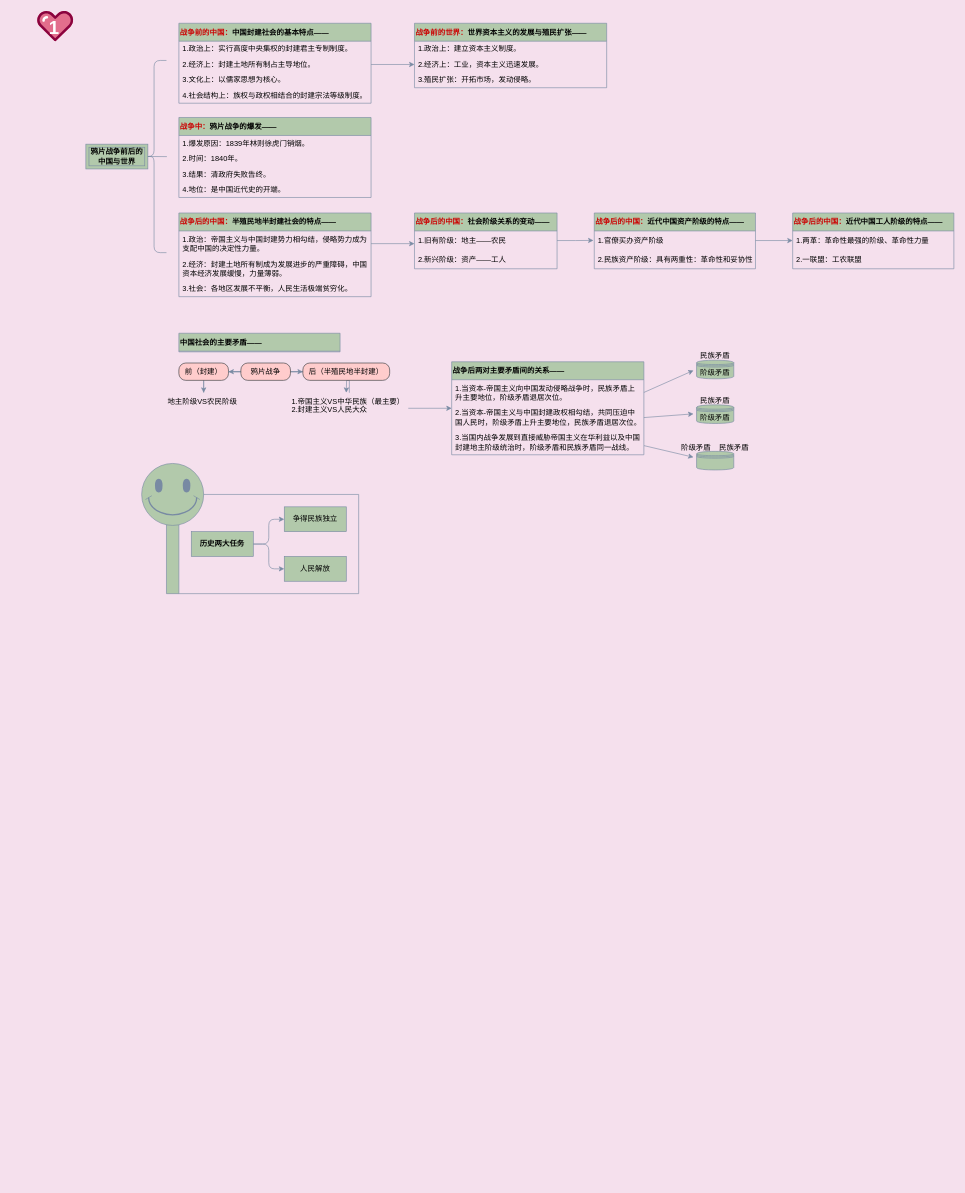
Earlier version of the draw.io diagram 01/中国近代史纲要.drawio (tianjianyijue/Dashixiong). Source tidied: cells renumbered, new cells numbered last; positions are measured from the earlier drawing's top-left corner, leaving out a move shared by most shapes. Both pictures are drawn from the tidied source at 62%, with x=0, y=0 at pixel (35, 11).
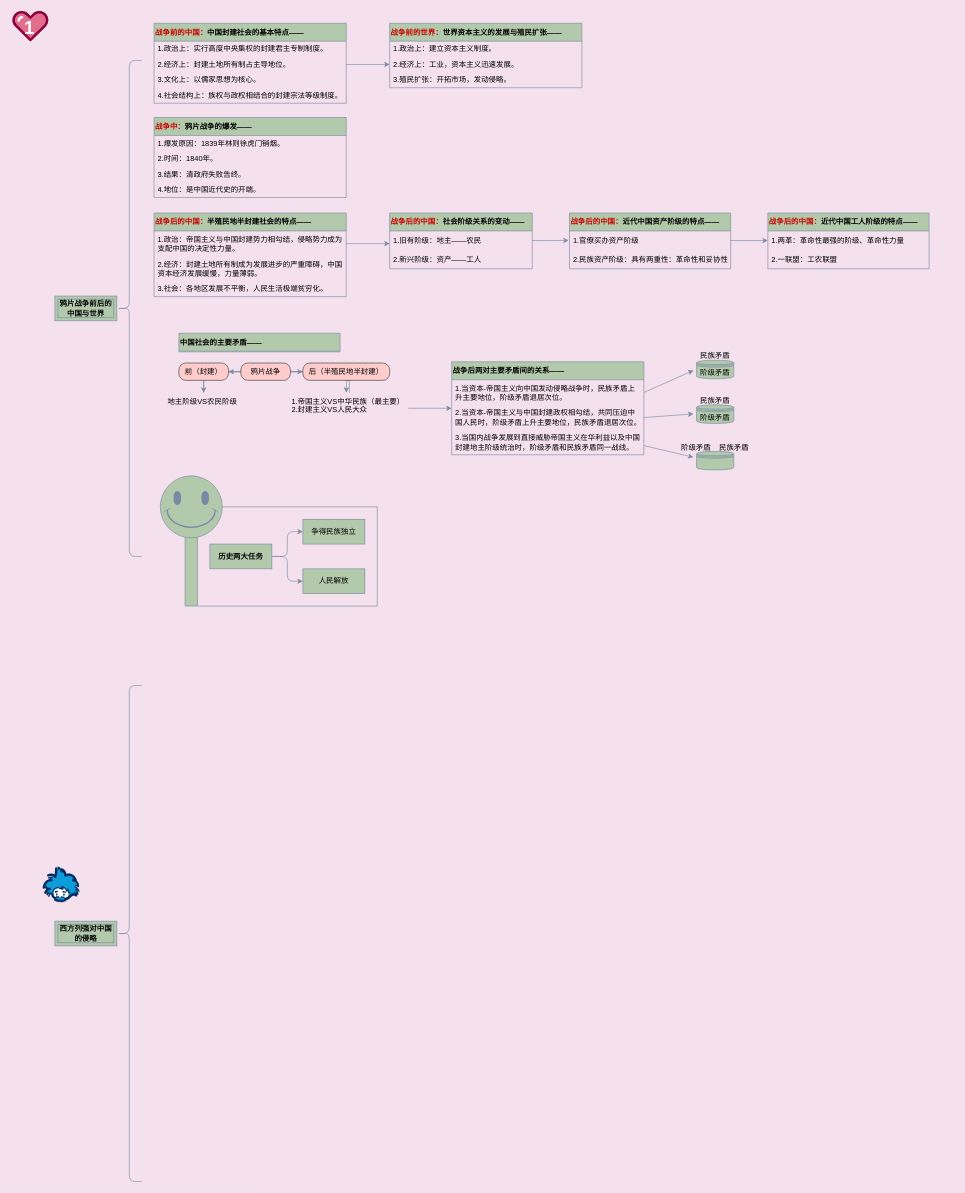
Above is the later version.

Commit message (it also covers changes not shown here):
更新中国近代史纲要.drawio

Change to the diagram source:
```diff
@@
     <mxCell id="2" value="&lt;font style=&quot;color: rgb(204, 0, 0);&quot;&gt;战争前的中国：&lt;/font&gt;中国封建社会的基本特点——" style="swimlane;fontStyle=1;align=left;verticalAlign=middle;horizontal=1;startSize=29;html=1;whiteSpace=wrap;labelBackgroundColor=none;fillColor=#B2C9AB;strokeColor=#788AA3;fontColor=#000000;" parent="1" vertex="1">
-      <mxGeometry x="231" y="20" width="310" height="129" as="geometry" />
+      <mxGeometry x="191" y="20" width="310" height="129" as="geometry" />
     </mxCell>
@@
     <mxCell id="7" style="shape=curlyBracket;whiteSpace=wrap;html=1;rounded=1;labelPosition=left;verticalLabelPosition=middle;align=right;verticalAlign=middle;size=0.5;labelBackgroundColor=none;fillColor=#B2C9AB;strokeColor=#788AA3;fontColor=#000000;" parent="1" vertex="1">
-      <mxGeometry x="171" y="80" width="40" height="310" as="geometry" />
+      <mxGeometry x="131" y="80" width="40" height="800" as="geometry" />
     </mxCell>
     <mxCell id="8" value="鸦片战争前后的中国与世界" style="shape=ext;margin=3;double=1;whiteSpace=wrap;html=1;align=center;strokeColor=#788AA3;fontColor=#000000;fillColor=#B2C9AB;fontStyle=1;labelBackgroundColor=none;" parent="1" vertex="1">
-      <mxGeometry x="81" y="215" width="100" height="40" as="geometry" />
+      <mxGeometry x="31" y="460" width="100" height="40" as="geometry" />
     </mxCell>
     <mxCell id="9" value="&lt;font style=&quot;color: rgb(204, 0, 0);&quot;&gt;战争前的世界：&lt;/font&gt;&lt;font style=&quot;&quot;&gt;&lt;font&gt;世界资本主义的发展与殖民扩张&lt;/font&gt;——&lt;/font&gt;" style="swimlane;fontStyle=1;align=left;verticalAlign=middle;horizontal=1;startSize=29;html=1;whiteSpace=wrap;labelBackgroundColor=none;fillColor=#B2C9AB;strokeColor=#788AA3;fontColor=#000000;" parent="1" vertex="1">
-      <mxGeometry x="611" y="20" width="310" height="104" as="geometry" />
+      <mxGeometry x="571" y="20" width="310" height="104" as="geometry" />
     </mxCell>
@@
     <mxCell id="13" value="&lt;font style=&quot;color: rgb(204, 0, 0);&quot;&gt;战争中：&lt;/font&gt;鸦片战争的爆发——" style="swimlane;fontStyle=1;align=left;verticalAlign=middle;horizontal=1;startSize=29;html=1;whiteSpace=wrap;labelBackgroundColor=none;fillColor=#B2C9AB;strokeColor=#788AA3;fontColor=#000000;" parent="1" vertex="1">
-      <mxGeometry x="231" y="172" width="310" height="129" as="geometry" />
+      <mxGeometry x="191" y="172" width="310" height="129" as="geometry" />
     </mxCell>
@@
     <mxCell id="19" value="&lt;font style=&quot;color: rgb(204, 0, 0);&quot;&gt;战争后的中国：&lt;/font&gt;半殖民地半封建社会的特点——" style="swimlane;fontStyle=1;align=left;verticalAlign=middle;horizontal=1;startSize=29;html=1;whiteSpace=wrap;labelBackgroundColor=none;fillColor=#B2C9AB;strokeColor=#788AA3;fontColor=#000000;" parent="1" vertex="1">
-      <mxGeometry x="231" y="326" width="310" height="135" as="geometry" />
+      <mxGeometry x="191" y="326" width="310" height="135" as="geometry" />
     </mxCell>
@@
     <mxCell id="23" value="&lt;font style=&quot;color: rgb(204, 0, 0);&quot;&gt;战争后的中国：&lt;/font&gt;社会阶级关系的变动——" style="swimlane;fontStyle=1;align=left;verticalAlign=middle;horizontal=1;startSize=29;html=1;whiteSpace=wrap;labelBackgroundColor=none;fillColor=#B2C9AB;strokeColor=#788AA3;fontColor=#000000;" parent="1" vertex="1">
-      <mxGeometry x="611" y="326" width="230" height="90" as="geometry" />
+      <mxGeometry x="571" y="326" width="230" height="90" as="geometry" />
     </mxCell>
@@
     <mxCell id="27" value="&lt;font style=&quot;color: rgb(204, 0, 0);&quot;&gt;战争后的中国：&lt;/font&gt;近代中国资产阶级的特点——" style="swimlane;fontStyle=1;align=left;verticalAlign=middle;horizontal=1;startSize=29;html=1;whiteSpace=wrap;labelBackgroundColor=none;fillColor=#B2C9AB;strokeColor=#788AA3;fontColor=#000000;" parent="1" vertex="1">
-      <mxGeometry x="901" y="326" width="260" height="90" as="geometry" />
+      <mxGeometry x="861" y="326" width="260" height="90" as="geometry" />
     </mxCell>
@@
     <mxCell id="30" value="&lt;font style=&quot;color: rgb(204, 0, 0);&quot;&gt;战争后的中国：&lt;/font&gt;近代中国工人阶级的特点——" style="swimlane;fontStyle=1;align=left;verticalAlign=middle;horizontal=1;startSize=29;html=1;whiteSpace=wrap;labelBackgroundColor=none;fillColor=#B2C9AB;strokeColor=#788AA3;fontColor=#000000;" parent="1" vertex="1">
-      <mxGeometry x="1221" y="326" width="260" height="90" as="geometry" />
+      <mxGeometry x="1181" y="326" width="260" height="90" as="geometry" />
     </mxCell>
@@
-    <mxCell id="35" style="endArrow=none;html=1;rounded=0;strokeColor=#788AA3;fontColor=#46495D;fillColor=#B2C9AB;exitX=0.46;exitY=0.5;exitDx=0;exitDy=0;exitPerimeter=0;" parent="1" edge="1">
-      <mxGeometry relative="1" as="geometry">
-        <mxPoint x="181" y="234.9" as="sourcePoint" />
-        <mxPoint x="211.7" y="235.1" as="targetPoint" />
-      </mxGeometry>
-    </mxCell>
@@
     <mxCell id="60" style="swimlane;startSize=20;horizontal=0;horizontalTree=1;sortEdges=1;containerType=tree;fontSize=12;strokeColor=#788AA3;fontColor=#000000;fillColor=#B2C9AB;" parent="1" vertex="1">
-      <mxGeometry x="211" y="780" width="310" height="160" as="geometry" />
+      <mxGeometry x="241" y="800" width="310" height="160" as="geometry" />
     </mxCell>
@@
     <mxCell id="66" style="verticalLabelPosition=top;verticalAlign=bottom;html=1;shape=mxgraph.basic.smiley;strokeColor=#788AA3;fontColor=#000000;fillColor=#B2C9AB;labelPosition=center;align=center;" parent="1" vertex="1">
-      <mxGeometry x="171" y="730" width="100" height="100" as="geometry" />
+      <mxGeometry x="201" y="750" width="100" height="100" as="geometry" />
     </mxCell>
     <mxCell id="67" style="group;" parent="1" vertex="1">
-      <mxGeometry x="1" width="61" height="49.2" as="geometry" />
+      <mxGeometry x="-39" width="61" height="49.2" as="geometry" />
     </mxCell>
@@
+    <mxCell id="71" style="verticalLabelPosition=bottom;html=1;shape=mxgraph.salesforce.automation;strokeColor=#788AA3;fontColor=#46495D;fillColor=#B2C9AB;direction=east;" parent="1" vertex="1">
+      <mxGeometry x="11" y="1380" width="60" height="58.2" as="geometry" />
+    </mxCell>
+    <mxCell id="72" style="shape=curlyBracket;whiteSpace=wrap;html=1;rounded=1;labelPosition=left;verticalLabelPosition=middle;align=right;verticalAlign=middle;size=0.5;labelBackgroundColor=none;fillColor=#B2C9AB;strokeColor=#788AA3;fontColor=#000000;" parent="1" vertex="1">
+      <mxGeometry x="131" y="1088.2" width="40" height="800" as="geometry" />
+    </mxCell>
+    <mxCell id="73" value="西方列强对中国的侵略" style="shape=ext;margin=3;double=1;whiteSpace=wrap;html=1;align=center;strokeColor=#788AA3;fontColor=#000000;fillColor=#B2C9AB;fontStyle=1;labelBackgroundColor=none;" parent="1" vertex="1">
+      <mxGeometry x="31" y="1468.2" width="100" height="40" as="geometry" />
+    </mxCell>
```
